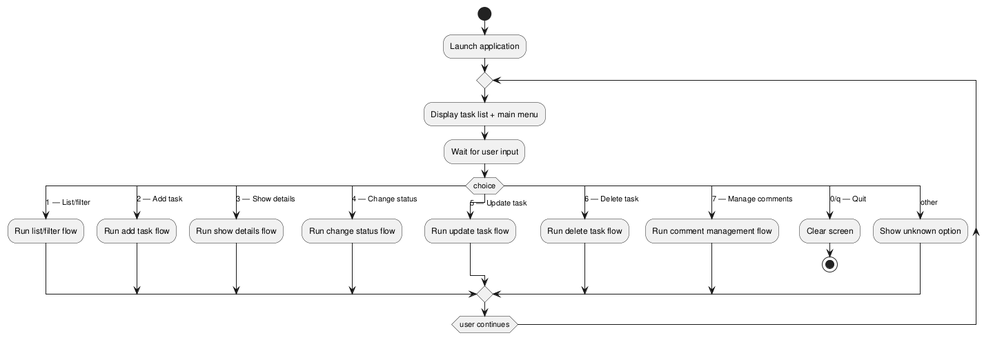
Above: experiments/supervisor_as_tools/structured_text/TODO/artifacts/activity_diagram.png in DanielRiha8906/Software_autoevolution_using_agents (PlantUML), before the change.
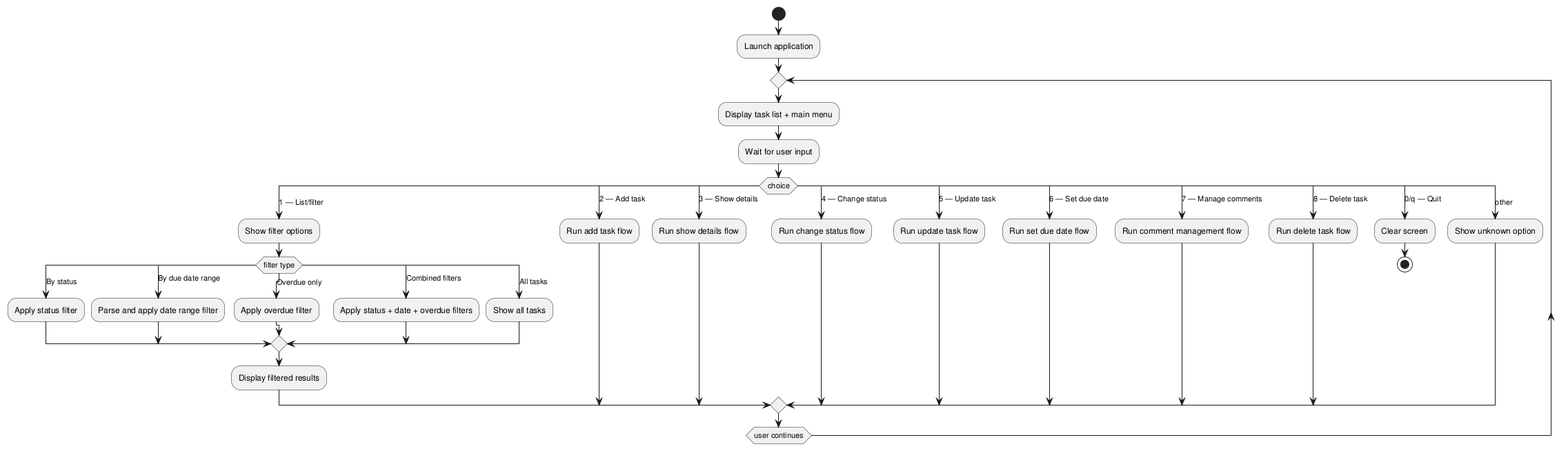
Above is the later version.

Diff of the diagram source:
```diff
@@ -9,7 +9,20 @@
 
   switch (choice)
     case (1 — List/filter)
-      :Run list/filter flow;
+      :Show filter options;
+      switch (filter type)
+        case (By status)
+          :Apply status filter;
+        case (By due date range)
+          :Parse and apply date range filter;
+        case (Overdue only)
+          :Apply overdue filter;
+        case (Combined filters)
+          :Apply status + date + overdue filters;
+        case (All tasks)
+          :Show all tasks;
+      endswitch
+      :Display filtered results;
     case (2 — Add task)
       :Run add task flow;
     case (3 — Show details)
@@ -18,10 +31,12 @@
       :Run change status flow;
     case (5 — Update task)
       :Run update task flow;
-    case (6 — Delete task)
-      :Run delete task flow;
+    case (6 — Set due date)
+      :Run set due date flow;
     case (7 — Manage comments)
       :Run comment management flow;
+    case (8 — Delete task)
+      :Run delete task flow;
     case (0/q — Quit)
       :Clear screen;
       stop
```
